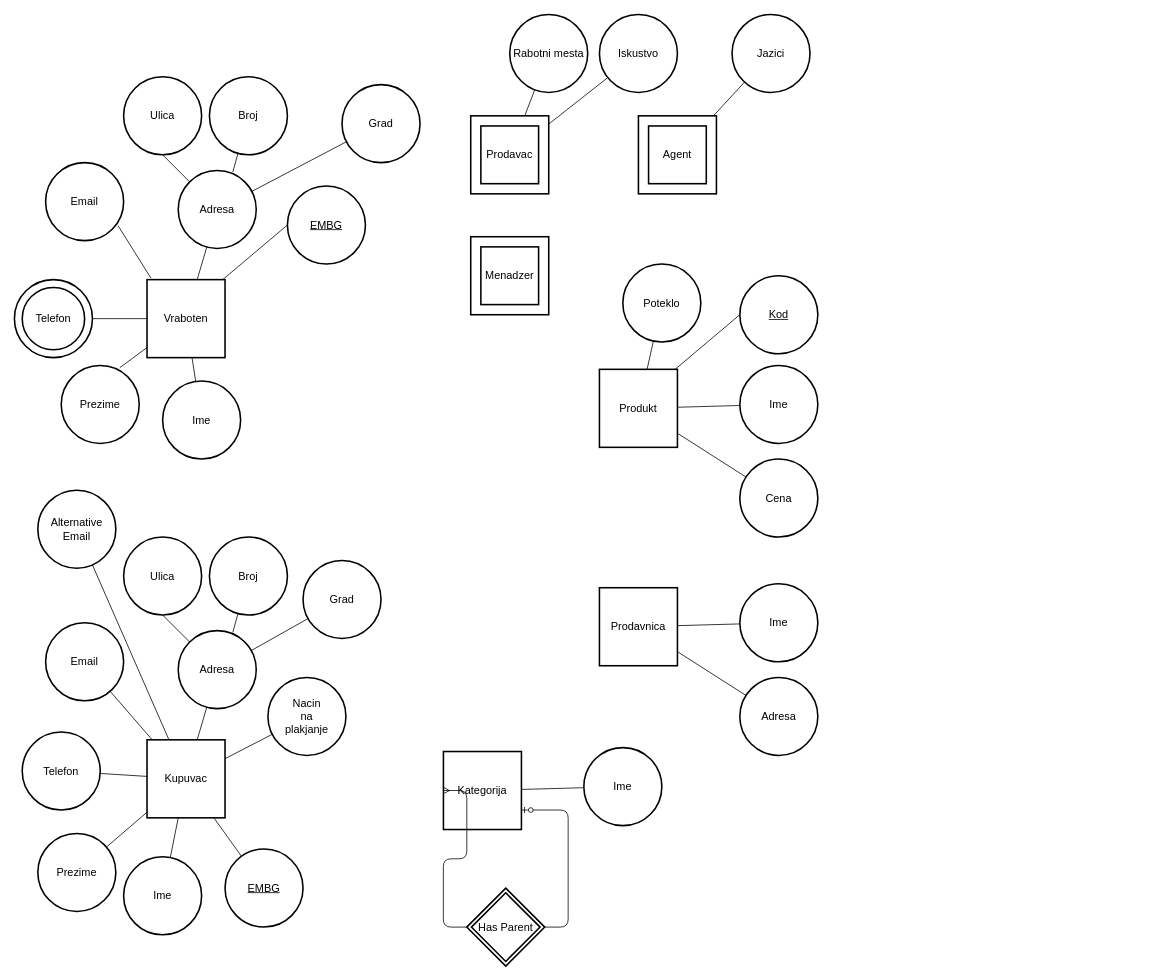
This is LAB1.drawio from Crypter/Chernobyl, a draw.io file, before an edit. Source tidied: cells renumbered, new cells numbered last; positions are measured from the earlier drawing's top-left corner, leaving out a move shared by most shapes. Both pictures are drawn from the tidied source at 78%, with x=0, y=0 at pixel (14, 14).
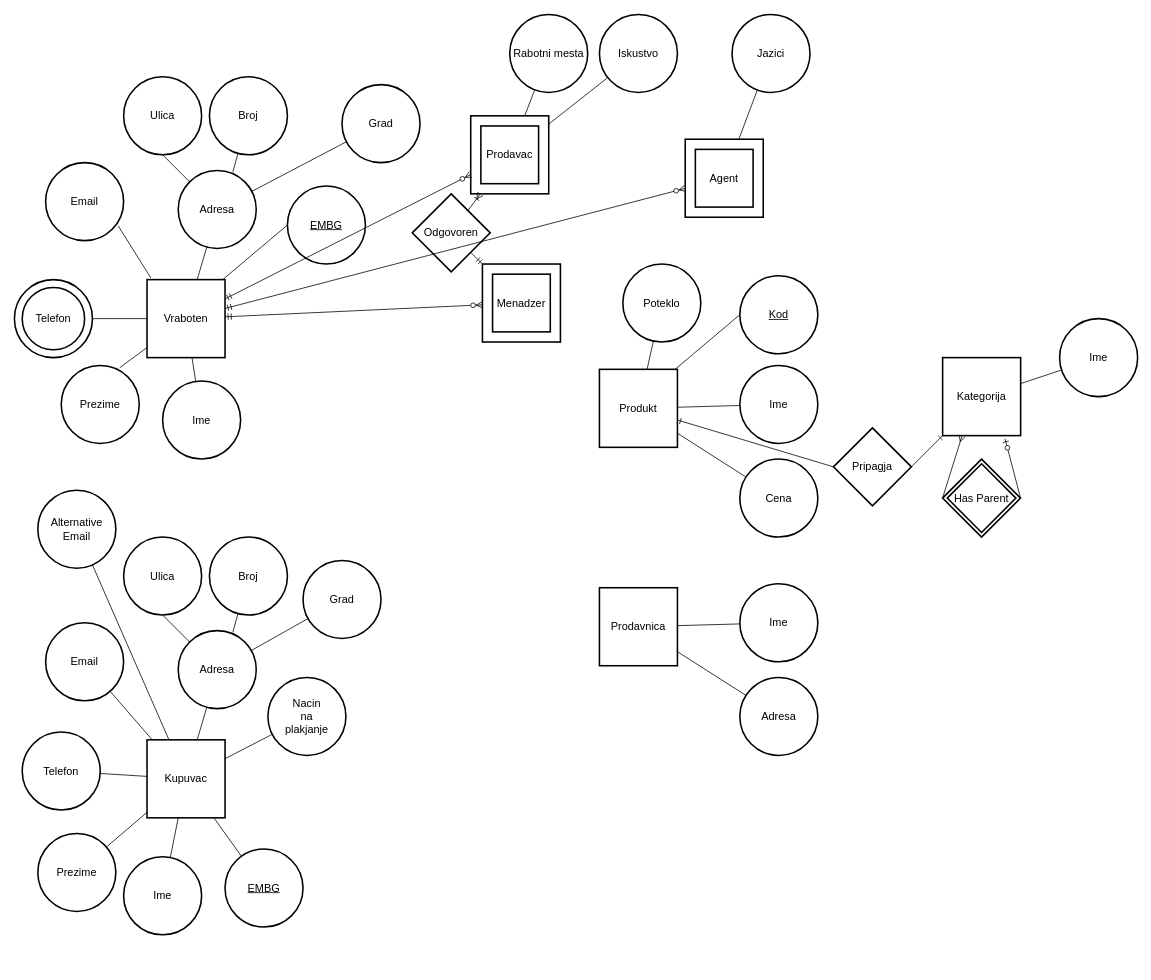
After the change.

The change refers to these unchanged cells:
```xml
<mxCell id="2" value="&lt;div&gt;Vraboten&lt;/div&gt;" style="strokeWidth=2;whiteSpace=wrap;html=1;align=center;fontSize=14;" parent="1" vertex="1">
  <mxGeometry x="170" y="340" width="100" height="100" as="geometry" />
</mxCell>
<mxCell id="21" value="&lt;div&gt;Produkt&lt;/div&gt;" style="strokeWidth=2;whiteSpace=wrap;html=1;align=center;fontSize=14;" parent="1" vertex="1">
  <mxGeometry x="750" y="455" width="100" height="100" as="geometry" />
</mxCell>
<mxCell id="64" value="Prodavac" style="shape=ext;strokeWidth=2;margin=10;double=1;whiteSpace=wrap;html=1;align=center;fontSize=14;gradientColor=#ffffff;" parent="1" vertex="1">
  <mxGeometry x="585" y="130" width="100" height="100" as="geometry" />
</mxCell>
```

Change to the diagram source:
```diff
@@
     <mxCell id="58" value="Kategorija" style="strokeWidth=2;whiteSpace=wrap;html=1;align=center;fontSize=14;" parent="1" vertex="1">
-      <mxGeometry x="550" y="945" width="100" height="100" as="geometry" />
+      <mxGeometry x="1190" y="440" width="100" height="100" as="geometry" />
     </mxCell>
     <mxCell id="59" value="&lt;div&gt;Ime&lt;/div&gt;" style="ellipse;shape=ellipse;margin=10;strokeWidth=2;fontSize=14;whiteSpace=wrap;html=1;align=center;gradientColor=#ffffff;" parent="1" vertex="1">
-      <mxGeometry x="730" y="940" width="100" height="100" as="geometry" />
+      <mxGeometry x="1340" y="390" width="100" height="100" as="geometry" />
     </mxCell>
@@
     <mxCell id="61" value="Has Parent" style="shape=rhombus;double=1;strokeWidth=2;fontSize=17;perimeter=rhombusPerimeter;whiteSpace=wrap;html=1;align=center;fontSize=14;gradientColor=#ffffff;" parent="1" vertex="1">
-      <mxGeometry x="579.9" y="1120.1" width="100" height="100" as="geometry" />
+      <mxGeometry x="1189.9" y="570.1" width="100" height="100" as="geometry" />
     </mxCell>
-    <mxCell id="62" style="edgeStyle=entityRelationEdgeStyle;fontSize=12;html=1;endArrow=ERzeroToOne;endFill=1;entryX=1;entryY=0.75;entryDx=0;entryDy=0;" parent="1" edge="1" source="61" target="58">
-      <mxGeometry relative="1" as="geometry" />
+    <mxCell id="62" style="fontSize=12;html=1;endArrow=ERzeroToOne;endFill=1;exitX=1;exitY=0.5;exitDx=0;exitDy=0;" parent="1" edge="1" source="61">
+      <mxGeometry relative="1" as="geometry">
+        <mxPoint x="1270" y="544" as="targetPoint" />
+      </mxGeometry>
     </mxCell>
-    <mxCell id="63" style="edgeStyle=entityRelationEdgeStyle;fontSize=12;html=1;endArrow=ERmany;exitX=0;exitY=0.5;exitDx=0;exitDy=0;entryX=0;entryY=0.5;entryDx=0;entryDy=0;" parent="1" edge="1" source="61" target="58">
+    <mxCell id="63" style="fontSize=12;html=1;endArrow=ERmany;exitX=0;exitY=0.5;exitDx=0;exitDy=0;entryX=0.25;entryY=1;entryDx=0;entryDy=0;" parent="1" edge="1" source="61" target="58">
       <mxGeometry relative="1" as="geometry" />
     </mxCell>
@@
     <mxCell id="69" value="Agent" style="shape=ext;strokeWidth=2;margin=10;double=1;whiteSpace=wrap;html=1;align=center;fontSize=14;gradientColor=#ffffff;" parent="1" vertex="1">
-      <mxGeometry x="800" y="130" width="100" height="100" as="geometry" />
+      <mxGeometry x="860" y="160" width="100" height="100" as="geometry" />
     </mxCell>
@@
     <mxCell id="72" value="Menadzer" style="shape=ext;strokeWidth=2;margin=10;double=1;whiteSpace=wrap;html=1;align=center;fontSize=14;gradientColor=#ffffff;" parent="1" vertex="1">
-      <mxGeometry x="585" y="285" width="100" height="100" as="geometry" />
+      <mxGeometry x="600" y="320" width="100" height="100" as="geometry" />
     </mxCell>
+    <mxCell id="73" value="&lt;div&gt;Odgovoren&lt;/div&gt;" style="shape=rhombus;strokeWidth=2;fontSize=17;perimeter=rhombusPerimeter;whiteSpace=wrap;html=1;align=center;fontSize=14;gradientColor=#ffffff;" parent="1" vertex="1">
+      <mxGeometry x="510" y="230" width="100" height="100" as="geometry" />
+    </mxCell>
+    <mxCell id="74" style="fontSize=12;html=1;endArrow=ERoneToMany;" parent="1" edge="1" source="73" target="64">
+      <mxGeometry relative="1" as="geometry" />
+    </mxCell>
+    <mxCell id="75" style="fontSize=12;html=1;endArrow=ERmandOne;" parent="1" edge="1" source="73" target="72">
+      <mxGeometry relative="1" as="geometry" />
+    </mxCell>
+    <mxCell id="76" style="fontSize=12;html=1;endArrow=ERzeroToMany;startArrow=ERmandOne;" parent="1" edge="1" source="2" target="64">
+      <mxGeometry relative="1" as="geometry" />
+    </mxCell>
+    <mxCell id="77" style="fontSize=12;html=1;endArrow=ERzeroToMany;startArrow=ERmandOne;" parent="1" edge="1" source="2" target="69">
+      <mxGeometry relative="1" as="geometry" />
+    </mxCell>
+    <mxCell id="78" style="fontSize=12;html=1;endArrow=ERzeroToMany;startArrow=ERmandOne;" parent="1" edge="1" source="2" target="72">
+      <mxGeometry relative="1" as="geometry" />
+    </mxCell>
+    <mxCell id="79" value="Pripagja" style="shape=rhombus;strokeWidth=2;fontSize=17;perimeter=rhombusPerimeter;whiteSpace=wrap;html=1;align=center;fontSize=14;gradientColor=#ffffff;" parent="1" vertex="1">
+      <mxGeometry x="1050" y="530" width="100" height="100" as="geometry" />
+    </mxCell>
+    <mxCell id="80" style="fontSize=12;html=1;endArrow=ERone;endFill=1;exitX=0;exitY=0.5;exitDx=0;exitDy=0;" parent="1" edge="1" source="79" target="21">
+      <mxGeometry relative="1" as="geometry" />
+    </mxCell>
+    <mxCell id="81" style="fontSize=12;html=1;endArrow=ERone;endFill=1;exitX=1;exitY=0.5;exitDx=0;exitDy=0;" parent="1" edge="1" source="79" target="58">
+      <mxGeometry relative="1" as="geometry" />
+    </mxCell>
```
